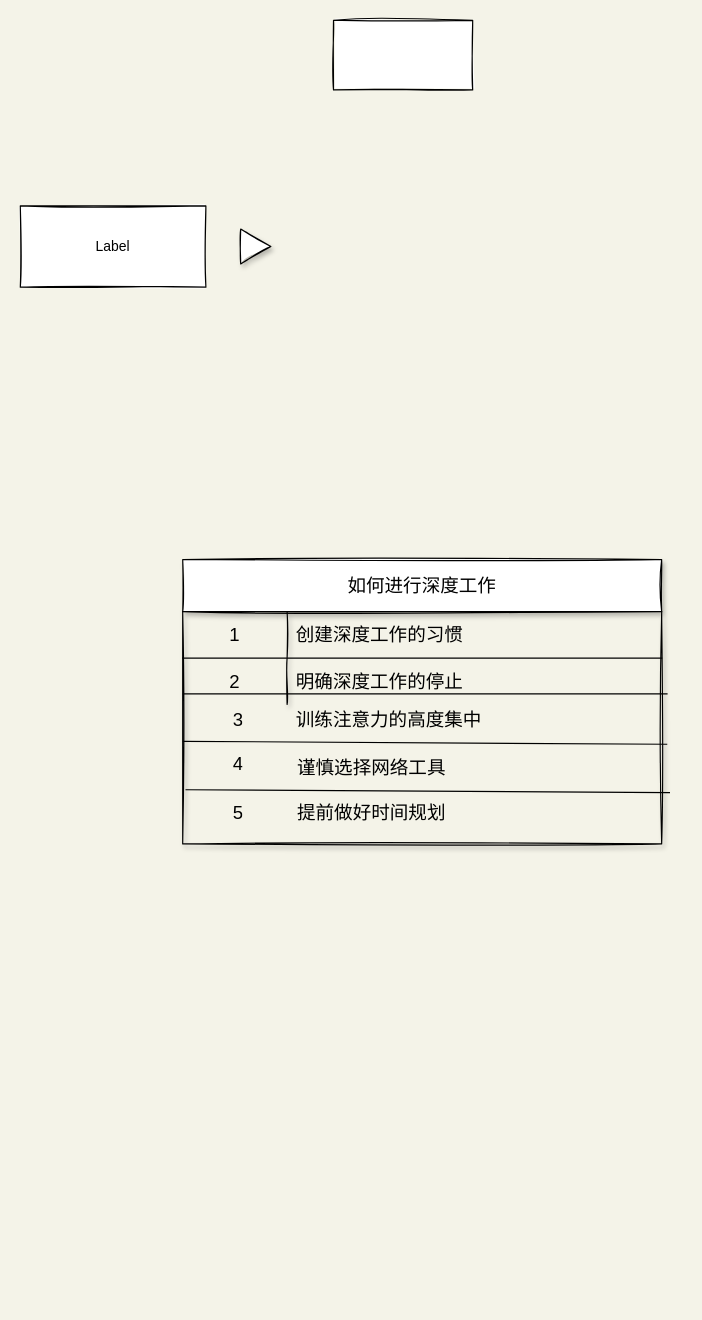
boxtsecond/draw keeps this draw.io diagram as pictures/深度工作/how.drawio. Above is the earlier version. Source tidied: cells renumbered, new cells numbered last; positions are measured from the earlier drawing's top-left corner, leaving out a move shared by most shapes. Both pictures are drawn from the tidied source at 116%, with x=0, y=0 at pixel (20, 20).
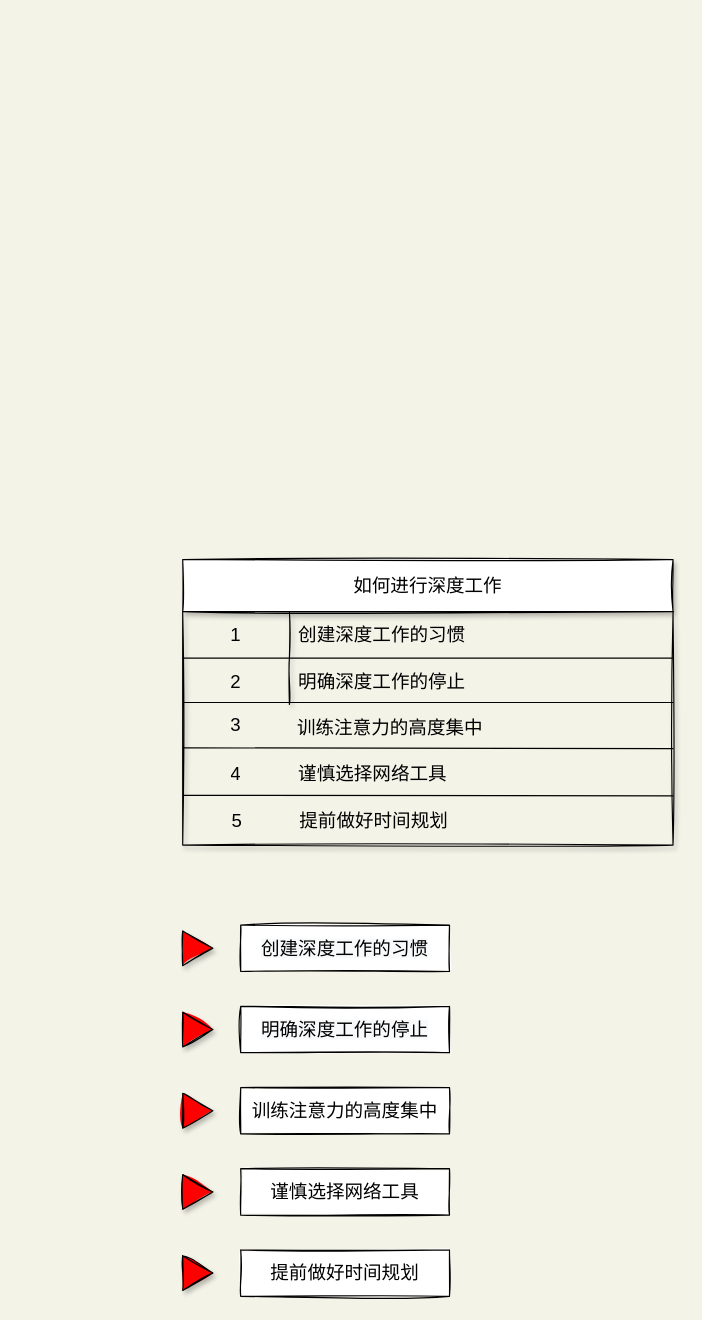
After the change.

The edit, as a diff of the source:
```diff
@@
-    <mxCell id="2" style="whiteSpace=wrap;html=1;sketch=1;" parent="1" vertex="1">
-      <mxGeometry x="270" width="120" height="60" as="geometry" />
-    </mxCell>
-    <mxCell id="3" value="Label" style="html=1;whiteSpace=wrap;sketch=1;" parent="1" vertex="1">
-      <mxGeometry y="160" width="160" height="70" as="geometry" />
-    </mxCell>
-    <mxCell id="4" style="triangle;html=1;whiteSpace=wrap;sketch=1;shadow=1;" parent="1" vertex="1">
-      <mxGeometry x="190" y="180" width="26" height="30" as="geometry" />
-    </mxCell>
     <mxCell id="5" style="group;" parent="1" vertex="1">
-      <mxGeometry x="140" y="470" width="420.1" height="240" as="geometry" />
+      <mxGeometry x="140" y="470" width="430" height="241" as="geometry" />
     </mxCell>
     <mxCell id="6" value="&lt;span style=&quot;font-weight: 400; font-size: 16px;&quot;&gt;如何进行深度工作&lt;/span&gt;" style="shape=table;html=1;whiteSpace=wrap;startSize=45;childLayout=tableLayout;rowLines=0;fontStyle=1;align=center;shadow=1;sketch=1;fontSize=16;swimlaneFillColor=none;fillColor=#FFFFFF;" parent="5" vertex="1">
-      <mxGeometry y="-5.2" width="412.9" height="245.2" as="geometry" />
+      <mxGeometry y="-5.2" width="422.7" height="246.2" as="geometry" />
     </mxCell>
     <mxCell id="7" style="shape=partialRectangle;html=1;whiteSpace=wrap;fillColor=none;top=0;left=0;bottom=1;right=0;fontSize=16;" parent="6" vertex="1">
-      <mxGeometry y="45" width="412.9" height="40" as="geometry" />
+      <mxGeometry y="45" width="422.7" height="40" as="geometry" />
     </mxCell>
     <mxCell id="8" value="1" style="shape=partialRectangle;html=1;whiteSpace=wrap;fillColor=none;top=0;left=0;bottom=0;right=0;overflow=hidden;fontSize=16;" parent="7" vertex="1">
-      <mxGeometry width="90" height="40" as="geometry" />
+      <mxGeometry width="92" height="40" as="geometry" />
     </mxCell>
     <mxCell id="9" value="创建深度工作的习惯" style="shape=partialRectangle;html=1;whiteSpace=wrap;fillColor=none;top=0;left=0;bottom=0;right=0;align=left;spacingLeft=6;overflow=hidden;fontSize=16;" parent="7" vertex="1">
-      <mxGeometry x="90" width="323" height="40" as="geometry" />
+      <mxGeometry x="92" width="331" height="40" as="geometry" />
     </mxCell>
     <mxCell id="10" style="shape=partialRectangle;html=1;whiteSpace=wrap;fillColor=none;top=0;left=0;bottom=0;right=0;fontSize=16;" parent="6" vertex="1">
-      <mxGeometry y="85" width="412.9" height="40" as="geometry" />
+      <mxGeometry y="85" width="422.7" height="40" as="geometry" />
     </mxCell>
     <mxCell id="11" value="2" style="shape=partialRectangle;html=1;whiteSpace=wrap;fillColor=none;top=0;left=0;bottom=0;right=0;overflow=hidden;fontSize=16;" parent="10" vertex="1">
-      <mxGeometry width="90" height="40" as="geometry" />
+      <mxGeometry width="92" height="40" as="geometry" />
     </mxCell>
     <mxCell id="12" value="明确深度工作的停止" style="shape=partialRectangle;html=1;whiteSpace=wrap;fillColor=none;top=0;left=0;bottom=0;right=0;align=left;spacingLeft=6;overflow=hidden;fontSize=16;" parent="10" vertex="1">
-      <mxGeometry x="90" width="323" height="40" as="geometry" />
+      <mxGeometry x="92" width="331" height="40" as="geometry" />
     </mxCell>
     <mxCell id="13" style="endArrow=none;html=1;fontSize=16;" parent="5" edge="1">
       <mxGeometry relative="1" as="geometry">
-        <mxPoint x="0.1" y="110.6" as="sourcePoint" />
-        <mxPoint x="418" y="110.6" as="targetPoint" />
+        <mxPoint y="118.1" as="sourcePoint" />
+        <mxPoint x="423" y="118.1" as="targetPoint" />
       </mxGeometry>
     </mxCell>
     <mxCell id="14" style="endArrow=none;html=1;entryX=1.006;entryY=1.067;entryDx=0;entryDy=0;entryPerimeter=0;fontSize=16;" parent="5" edge="1">
       <mxGeometry relative="1" as="geometry">
-        <mxPoint y="151.6" as="sourcePoint" />
-        <mxPoint x="417.7" y="154.1" as="targetPoint" />
+        <mxPoint y="157.2" as="sourcePoint" />
+        <mxPoint x="423" y="157.8" as="targetPoint" />
       </mxGeometry>
     </mxCell>
-    <mxCell id="15" value="4" style="shape=partialRectangle;html=1;whiteSpace=wrap;fillColor=none;top=0;left=0;bottom=0;right=0;overflow=hidden;fontSize=16;" parent="5" vertex="1">
-      <mxGeometry x="2.4" y="151.6" width="92.3" height="37.9" as="geometry" />
-    </mxCell>
     <mxCell id="16" value="谨慎选择网络工具" style="shape=partialRectangle;html=1;whiteSpace=wrap;fillColor=none;top=0;left=0;bottom=0;right=0;align=left;spacingLeft=6;overflow=hidden;fontSize=16;" parent="5" vertex="1">
-      <mxGeometry x="90.7" y="155.4" width="320.6" height="37.9" as="geometry" />
+      <mxGeometry x="92.2" y="160.3" width="328.2" height="38.1" as="geometry" />
     </mxCell>
     <mxCell id="17" style="endArrow=none;html=1;entryX=1.006;entryY=1.067;entryDx=0;entryDy=0;entryPerimeter=0;fontSize=16;" parent="5" edge="1">
       <mxGeometry relative="1" as="geometry">
-        <mxPoint x="2.4" y="193.3" as="sourcePoint" />
-        <mxPoint x="420.1" y="195.8" as="targetPoint" />
+        <mxPoint y="198.1" as="sourcePoint" />
+        <mxPoint x="423" y="198.6" as="targetPoint" />
       </mxGeometry>
     </mxCell>
+    <mxCell id="19" value="提前做好时间规划" style="shape=partialRectangle;html=1;whiteSpace=wrap;fillColor=none;top=0;left=0;bottom=0;right=0;align=left;spacingLeft=6;overflow=hidden;fontSize=16;" parent="5" vertex="1">
+      <mxGeometry x="92.8" y="201.3" width="328.2" height="38.1" as="geometry" />
+    </mxCell>
+    <mxCell id="21" value="训练注意力的高度集中" style="shape=partialRectangle;html=1;whiteSpace=wrap;fillColor=none;top=0;left=0;bottom=0;right=0;align=left;spacingLeft=6;overflow=hidden;fontSize=16;" parent="5" vertex="1">
+      <mxGeometry x="91" y="119.4" width="328.6" height="41.9" as="geometry" />
+    </mxCell>
+    <mxCell id="20" value="3" style="shape=partialRectangle;html=1;whiteSpace=wrap;fillColor=none;top=0;left=0;bottom=0;right=0;overflow=hidden;fontSize=16;" parent="5" vertex="1">
+      <mxGeometry x="-1" y="118" width="94.4" height="38.1" as="geometry" />
+    </mxCell>
+    <mxCell id="15" value="4" style="shape=partialRectangle;html=1;whiteSpace=wrap;fillColor=none;top=0;left=0;bottom=0;right=0;overflow=hidden;fontSize=16;" parent="5" vertex="1">
+      <mxGeometry x="-1" y="160.3" width="94.4" height="38.1" as="geometry" />
+    </mxCell>
     <mxCell id="18" value="5" style="shape=partialRectangle;html=1;whiteSpace=wrap;fillColor=none;top=0;left=0;bottom=0;right=0;overflow=hidden;fontSize=16;" parent="5" vertex="1">
-      <mxGeometry x="2.4" y="194.5" width="92.3" height="37.9" as="geometry" />
+      <mxGeometry y="201.4" width="94.4" height="38.1" as="geometry" />
     </mxCell>
-    <mxCell id="19" value="提前做好时间规划" style="shape=partialRectangle;html=1;whiteSpace=wrap;fillColor=none;top=0;left=0;bottom=0;right=0;align=left;spacingLeft=6;overflow=hidden;fontSize=16;" parent="5" vertex="1">
-      <mxGeometry x="90.7" y="194.5" width="320.6" height="37.9" as="geometry" />
-    </mxCell>
-    <mxCell id="20" value="3" style="shape=partialRectangle;html=1;whiteSpace=wrap;fillColor=none;top=0;left=0;bottom=0;right=0;overflow=hidden;fontSize=16;" parent="5" vertex="1">
-      <mxGeometry x="2" y="113.7" width="92.3" height="37.9" as="geometry" />
-    </mxCell>
-    <mxCell id="21" value="训练注意力的高度集中" style="shape=partialRectangle;html=1;whiteSpace=wrap;fillColor=none;top=0;left=0;bottom=0;right=0;align=left;spacingLeft=6;overflow=hidden;fontSize=16;" parent="5" vertex="1">
-      <mxGeometry x="89.9" y="111.9" width="321" height="41.7" as="geometry" />
-    </mxCell>
+    <mxCell id="22" style="group;" parent="1" vertex="1">
+      <mxGeometry x="140" y="780" width="230" height="40" as="geometry" />
+    </mxCell>
+    <mxCell id="2" value="&lt;span style=&quot;color: rgb(0, 0, 0); font-family: helvetica; font-size: 16px; font-style: normal; font-weight: 400; letter-spacing: normal; text-align: left; text-indent: 0px; text-transform: none; word-spacing: 0px; background-color: rgb(248, 249, 250); display: inline; float: none;&quot;&gt;创建深度工作的习惯&lt;/span&gt;" style="whiteSpace=wrap;html=1;sketch=1;" parent="22" vertex="1">
+      <mxGeometry x="50" width="180" height="40" as="geometry" />
+    </mxCell>
+    <mxCell id="4" style="triangle;html=1;whiteSpace=wrap;sketch=1;shadow=1;fillStyle=solid;fillColor=#FF0000;" parent="22" vertex="1">
+      <mxGeometry y="5" width="26" height="30" as="geometry" />
+    </mxCell>
+    <mxCell id="23" style="group;" parent="1" vertex="1">
+      <mxGeometry x="140" y="850" width="230" height="40" as="geometry" />
+    </mxCell>
+    <mxCell id="24" value="&lt;span style=&quot;color: rgb(0 , 0 , 0) ; font-family: &amp;#34;helvetica&amp;#34; ; font-size: 16px ; font-style: normal ; font-weight: 400 ; letter-spacing: normal ; text-align: left ; text-indent: 0px ; text-transform: none ; word-spacing: 0px ; background-color: rgb(248 , 249 , 250) ; display: inline ; float: none&quot;&gt;明确深度工作的停止&lt;/span&gt;" style="whiteSpace=wrap;html=1;sketch=1;" parent="23" vertex="1">
+      <mxGeometry x="50" width="180" height="40" as="geometry" />
+    </mxCell>
+    <mxCell id="25" style="triangle;html=1;whiteSpace=wrap;sketch=1;shadow=1;fillStyle=solid;fillColor=#FF0000;" parent="23" vertex="1">
+      <mxGeometry y="5" width="26" height="30" as="geometry" />
+    </mxCell>
+    <mxCell id="26" style="group;" parent="1" vertex="1">
+      <mxGeometry x="140" y="920" width="230" height="40" as="geometry" />
+    </mxCell>
+    <mxCell id="27" value="&lt;span style=&quot;font-size: 16px ; text-align: left&quot;&gt;训练注意力的高度集中&lt;/span&gt;" style="whiteSpace=wrap;html=1;sketch=1;" parent="26" vertex="1">
+      <mxGeometry x="50" width="180" height="40" as="geometry" />
+    </mxCell>
+    <mxCell id="28" style="triangle;html=1;whiteSpace=wrap;sketch=1;shadow=1;fillStyle=solid;fillColor=#FF0000;" parent="26" vertex="1">
+      <mxGeometry y="5" width="26" height="30" as="geometry" />
+    </mxCell>
+    <mxCell id="29" style="group;" parent="1" vertex="1">
+      <mxGeometry x="140" y="990" width="230" height="40" as="geometry" />
+    </mxCell>
+    <mxCell id="30" value="&lt;span style=&quot;font-size: 16px ; text-align: left&quot;&gt;谨慎选择网络工具&lt;/span&gt;" style="whiteSpace=wrap;html=1;sketch=1;" parent="29" vertex="1">
+      <mxGeometry x="50" width="180" height="40" as="geometry" />
+    </mxCell>
+    <mxCell id="31" style="triangle;html=1;whiteSpace=wrap;sketch=1;shadow=1;fillStyle=solid;fillColor=#FF0000;" parent="29" vertex="1">
+      <mxGeometry y="5" width="26" height="30" as="geometry" />
+    </mxCell>
+    <mxCell id="32" style="group;" parent="1" vertex="1">
+      <mxGeometry x="140" y="1060" width="230" height="40" as="geometry" />
+    </mxCell>
+    <mxCell id="33" value="&lt;span style=&quot;font-size: 16px ; text-align: left&quot;&gt;提前做好时间规划&lt;/span&gt;" style="whiteSpace=wrap;html=1;sketch=1;" parent="32" vertex="1">
+      <mxGeometry x="50" width="180" height="40" as="geometry" />
+    </mxCell>
+    <mxCell id="34" style="triangle;html=1;whiteSpace=wrap;sketch=1;shadow=1;fillStyle=solid;fillColor=#FF0000;" parent="32" vertex="1">
+      <mxGeometry y="5" width="26" height="30" as="geometry" />
+    </mxCell>
```
